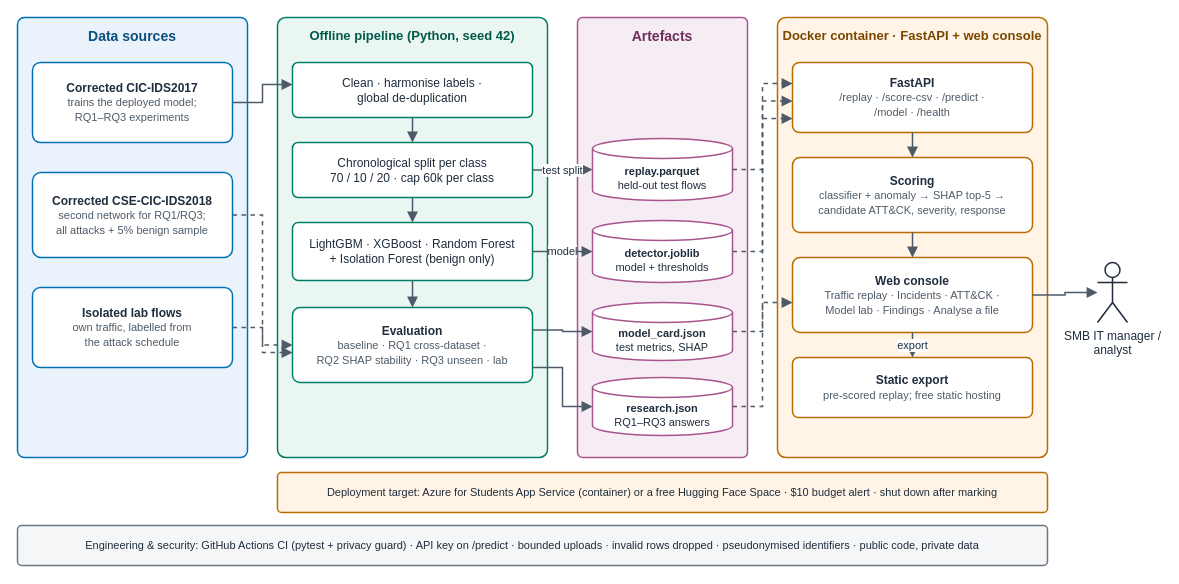
Above: docs/diagrams/w7_architecture.drawio in iamnajib71/explainids (draw.io), before the change. Source tidied: cells renumbered, new cells numbered last; positions are measured from the earlier drawing's top-left corner, leaving out a move shared by most shapes. Both pictures are drawn from the tidied source at 100%, with x=0, y=0 at pixel (17, 17).
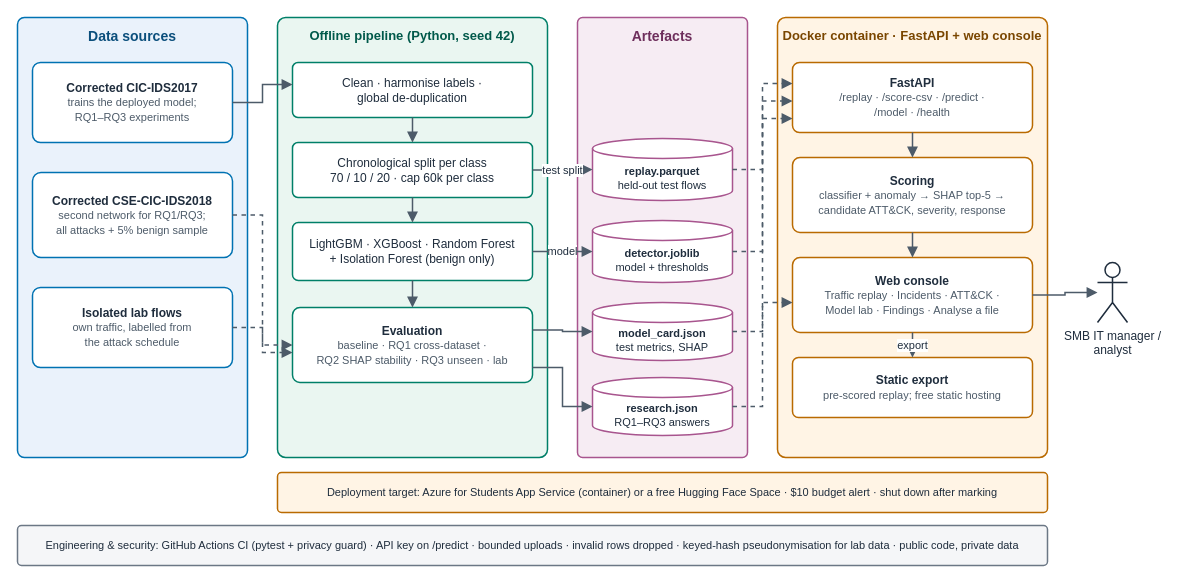
The same page after the edit.

Commit message (it also covers changes not shown here):
Architecture v2: pseudonymisation is for lab data (not yet applied in the console)

What changed in the source:
```diff
@@
-    <mxCell id="23" value="Engineering &amp;amp; security: GitHub Actions CI (pytest + privacy guard) · API key on /predict · bounded uploads · invalid rows dropped · pseudonymised identifiers · public code, private data" style="rounded=1;arcSize=10;whiteSpace=wrap;html=1;fillColor=#F5F6F8;strokeColor=#6B7785;strokeWidth=1.5;fontSize=11;fontColor=#1F2D3D;" parent="1" vertex="1">
+    <mxCell id="23" value="Engineering &amp;amp; security: GitHub Actions CI (pytest + privacy guard) · API key on /predict · bounded uploads · invalid rows dropped · keyed-hash pseudonymisation for lab data · public code, private data" style="rounded=1;arcSize=10;whiteSpace=wrap;html=1;fillColor=#F5F6F8;strokeColor=#6B7785;strokeWidth=1.5;fontSize=11;fontColor=#1F2D3D;" parent="1" vertex="1">
       <mxGeometry y="508" width="1030" height="40" as="geometry" />
     </mxCell>
```
